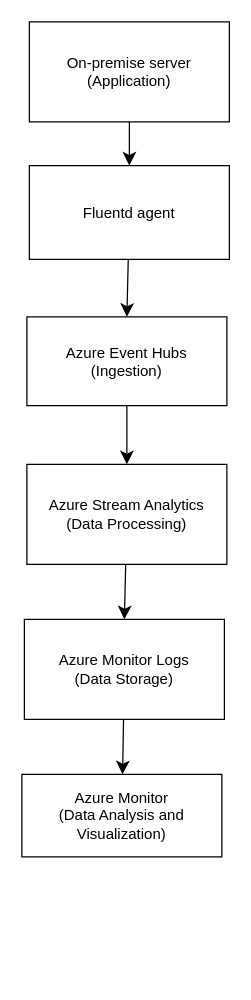
The draw.io diagram centralized_logging_system.drawio in ahmar-hashmi1991/selective-deployment, before the edit. Source tidied: cells renumbered, new cells numbered last; positions are measured from the earlier drawing's top-left corner, leaving out a move shared by most shapes. Both pictures are drawn from the tidied source at 125%, with x=0, y=0 at pixel (21, 21).
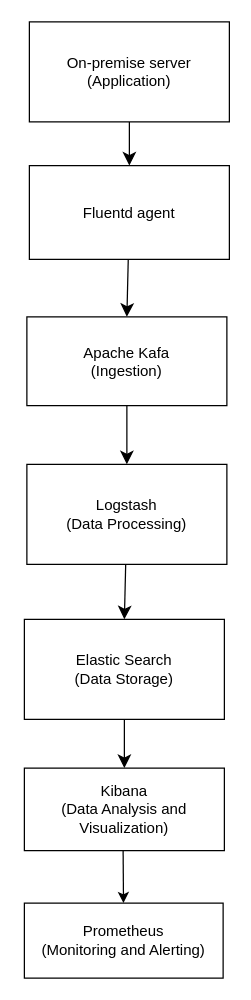
The same page after the edit.

Commit message (it also covers changes not shown here):
Added open source modules instead of azure services

What changed in the source:
```diff
@@
 <mxGraphModel>
   <root>
     <mxCell id="0" />
     <mxCell id="1" parent="0" />
     <mxCell id="2" style="edgeStyle=none;curved=1;rounded=0;jettySize=auto;html=1;fontSize=12;startSize=8;endSize=8;" parent="1" edge="1" source="3" target="5">
       <mxGeometry relative="1" as="geometry" />
     </mxCell>
     <mxCell id="3" value="On-premise server&lt;br&gt;(Application)" style="rounded=0;whiteSpace=wrap;html=1;" parent="1" vertex="1">
       <mxGeometry x="6" width="160" height="80" as="geometry" />
     </mxCell>
     <mxCell id="4" style="edgeStyle=none;curved=1;rounded=0;jettySize=auto;html=1;fontSize=12;startSize=8;endSize=8;" parent="1" edge="1" source="5">
       <mxGeometry relative="1" as="geometry">
         <mxPoint x="84" y="236" as="targetPoint" />
       </mxGeometry>
     </mxCell>
     <mxCell id="5" value="Fluentd agent" style="rounded=0;whiteSpace=wrap;html=1;" parent="1" vertex="1">
       <mxGeometry x="6" y="115" width="160" height="75" as="geometry" />
     </mxCell>
     <mxCell id="6" style="edgeStyle=none;curved=1;rounded=0;jettySize=auto;html=1;fontSize=12;startSize=8;endSize=8;" parent="1" edge="1" source="7" target="9">
       <mxGeometry relative="1" as="geometry" />
     </mxCell>
-    <mxCell id="7" value="Azure Event Hubs&lt;br&gt;(Ingestion)" style="rounded=0;whiteSpace=wrap;html=1;" parent="1" vertex="1">
+    <mxCell id="7" value="Apache Kafa&lt;br&gt;(Ingestion)" style="rounded=0;whiteSpace=wrap;html=1;" parent="1" vertex="1">
       <mxGeometry x="4" y="236" width="160" height="71" as="geometry" />
     </mxCell>
     <mxCell id="8" style="edgeStyle=none;curved=1;rounded=0;jettySize=auto;html=1;entryX=0.5;entryY=0;entryDx=0;entryDy=0;fontSize=12;startSize=8;endSize=8;" parent="1" edge="1" source="9" target="11">
       <mxGeometry relative="1" as="geometry" />
     </mxCell>
-    <mxCell id="9" value="Azure Stream Analytics&lt;br&gt;(Data Processing)" style="rounded=0;whiteSpace=wrap;html=1;" parent="1" vertex="1">
+    <mxCell id="9" value="Logstash&lt;br&gt;(Data Processing)" style="rounded=0;whiteSpace=wrap;html=1;" parent="1" vertex="1">
       <mxGeometry x="4" y="354" width="160" height="80" as="geometry" />
     </mxCell>
     <mxCell id="10" style="edgeStyle=none;curved=1;rounded=0;jettySize=auto;html=1;fontSize=12;startSize=8;endSize=8;" parent="1" edge="1" source="11" target="12">
       <mxGeometry relative="1" as="geometry" />
     </mxCell>
-    <mxCell id="11" value="Azure Monitor Logs&lt;br&gt;(Data Storage)" style="rounded=0;whiteSpace=wrap;html=1;" parent="1" vertex="1">
+    <mxCell id="11" value="Elastic Search&lt;br&gt;(Data Storage)" style="rounded=0;whiteSpace=wrap;html=1;" parent="1" vertex="1">
       <mxGeometry x="2" y="478" width="160" height="80" as="geometry" />
     </mxCell>
-    <mxCell id="12" value="Azure Monitor&lt;br&gt;(Data Analysis and Visualization)" style="rounded=0;whiteSpace=wrap;html=1;" parent="1" vertex="1">
-      <mxGeometry y="602" width="160" height="66" as="geometry" />
+    <mxCell id="12" value="Kibana&lt;br&gt;(Data Analysis and Visualization)" style="rounded=0;whiteSpace=wrap;html=1;" parent="1" vertex="1">
+      <mxGeometry x="2" y="597" width="160" height="66" as="geometry" />
     </mxCell>
+    <mxCell id="13" style="endArrow=classic;html=1;rounded=0;" parent="1" edge="1" target="14">
+      <mxGeometry relative="1" as="geometry">
+        <mxPoint x="81" y="663" as="sourcePoint" />
+      </mxGeometry>
+    </mxCell>
+    <mxCell id="14" value="Prometheus&lt;br&gt;(Monitoring and Alerting)" style="rounded=0;whiteSpace=wrap;html=1;" parent="1" vertex="1">
+      <mxGeometry x="2" y="705" width="159" height="60" as="geometry" />
+    </mxCell>
   </root>
 </mxGraphModel>
```
